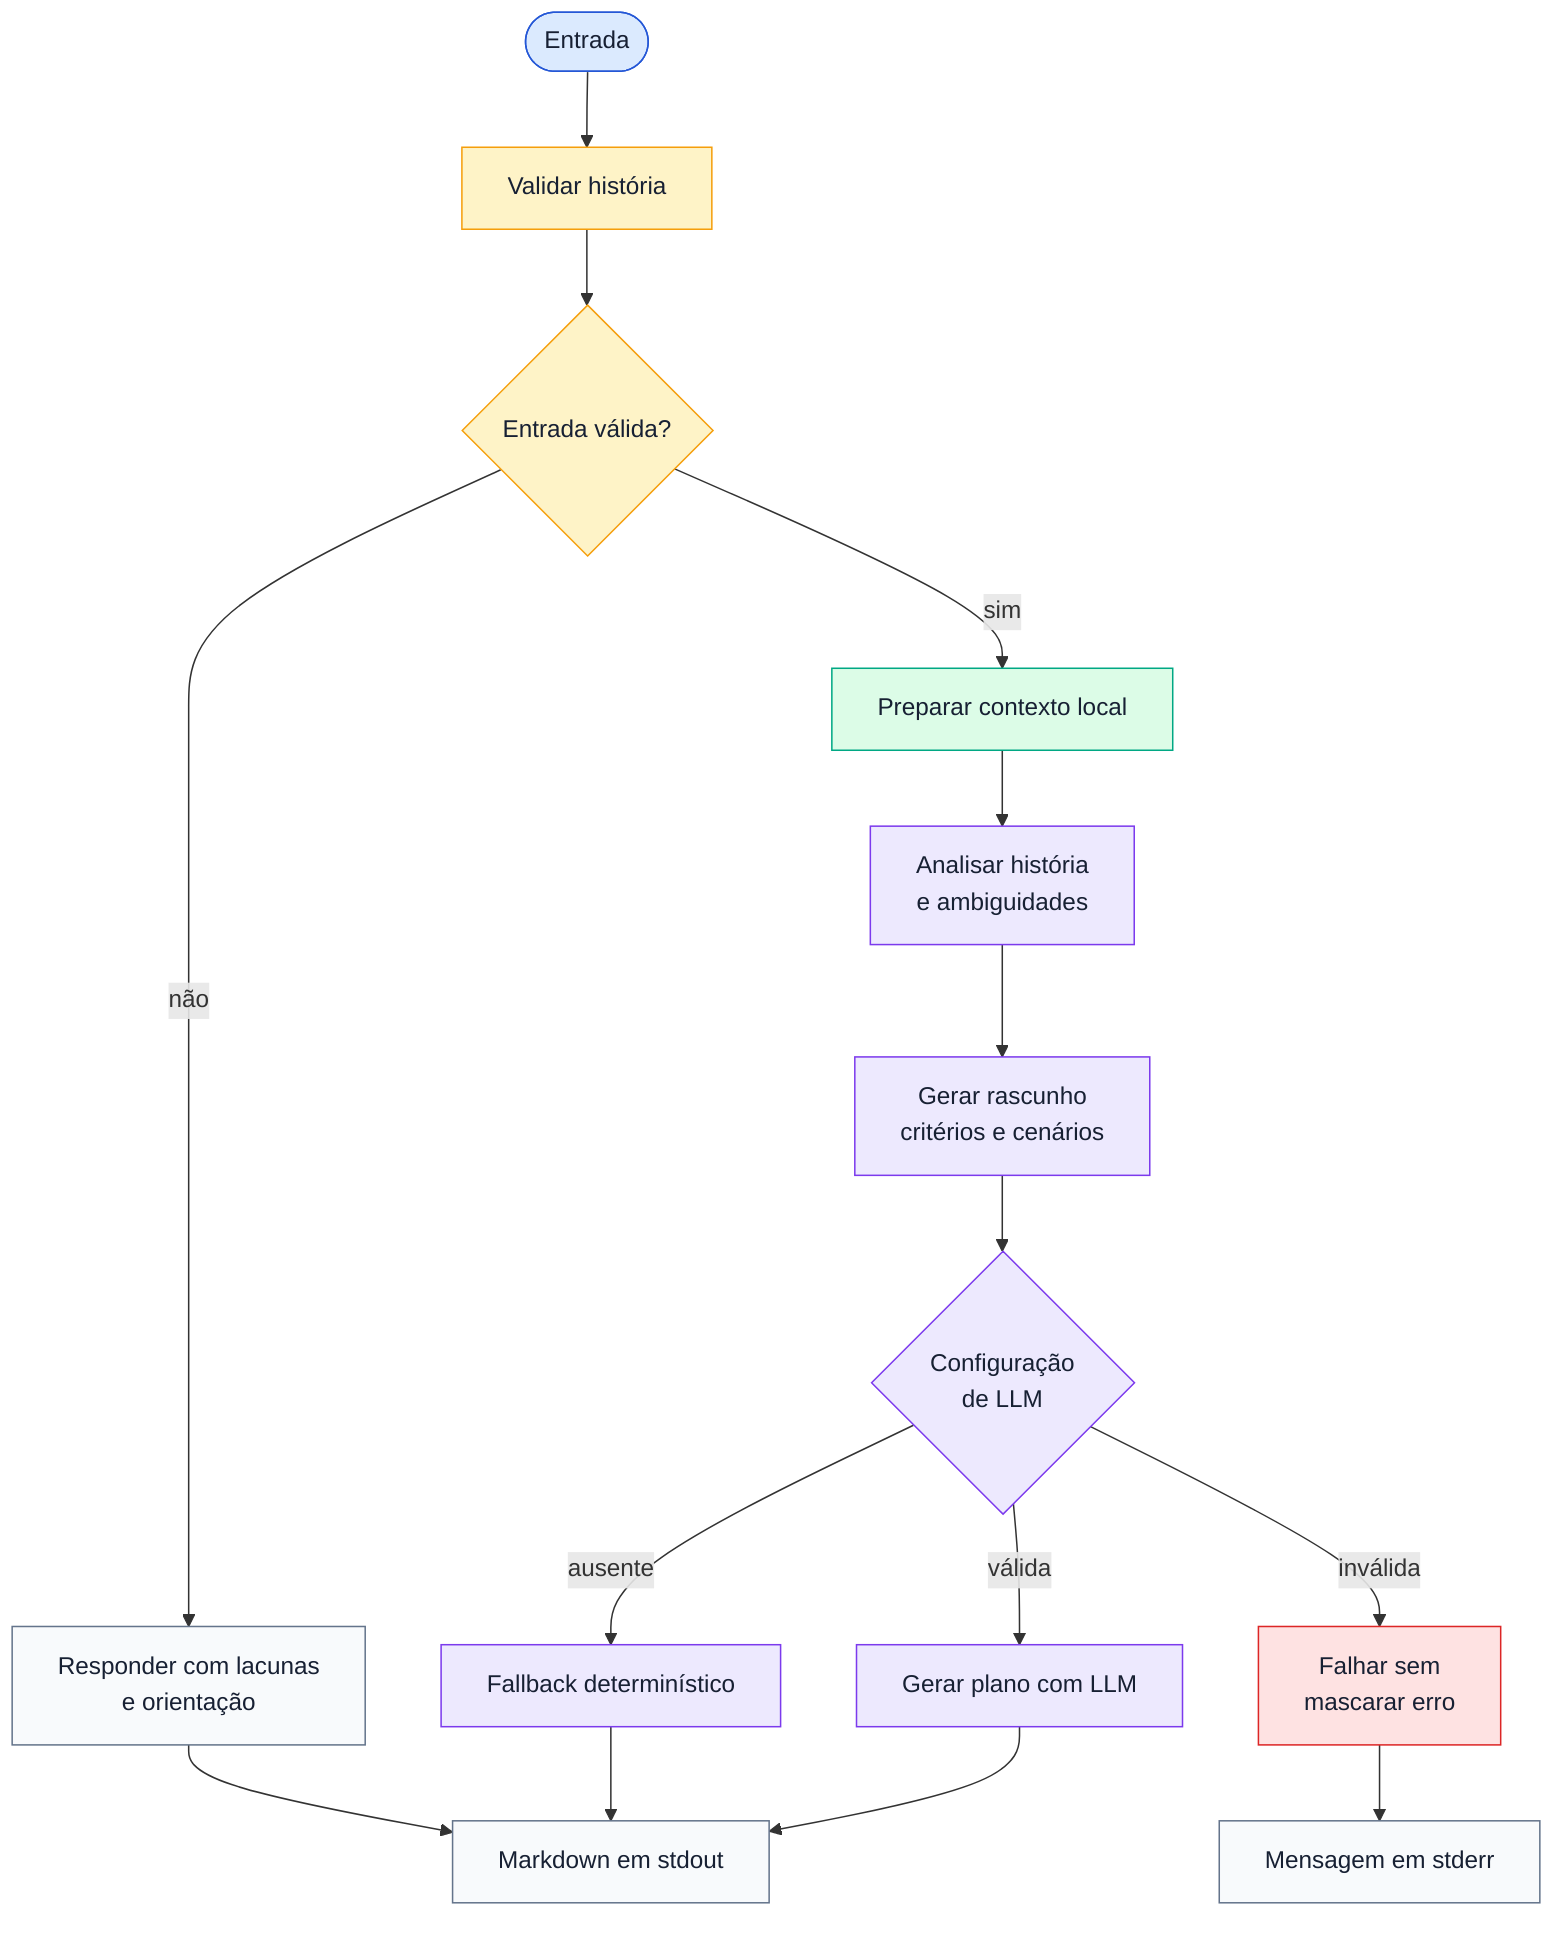
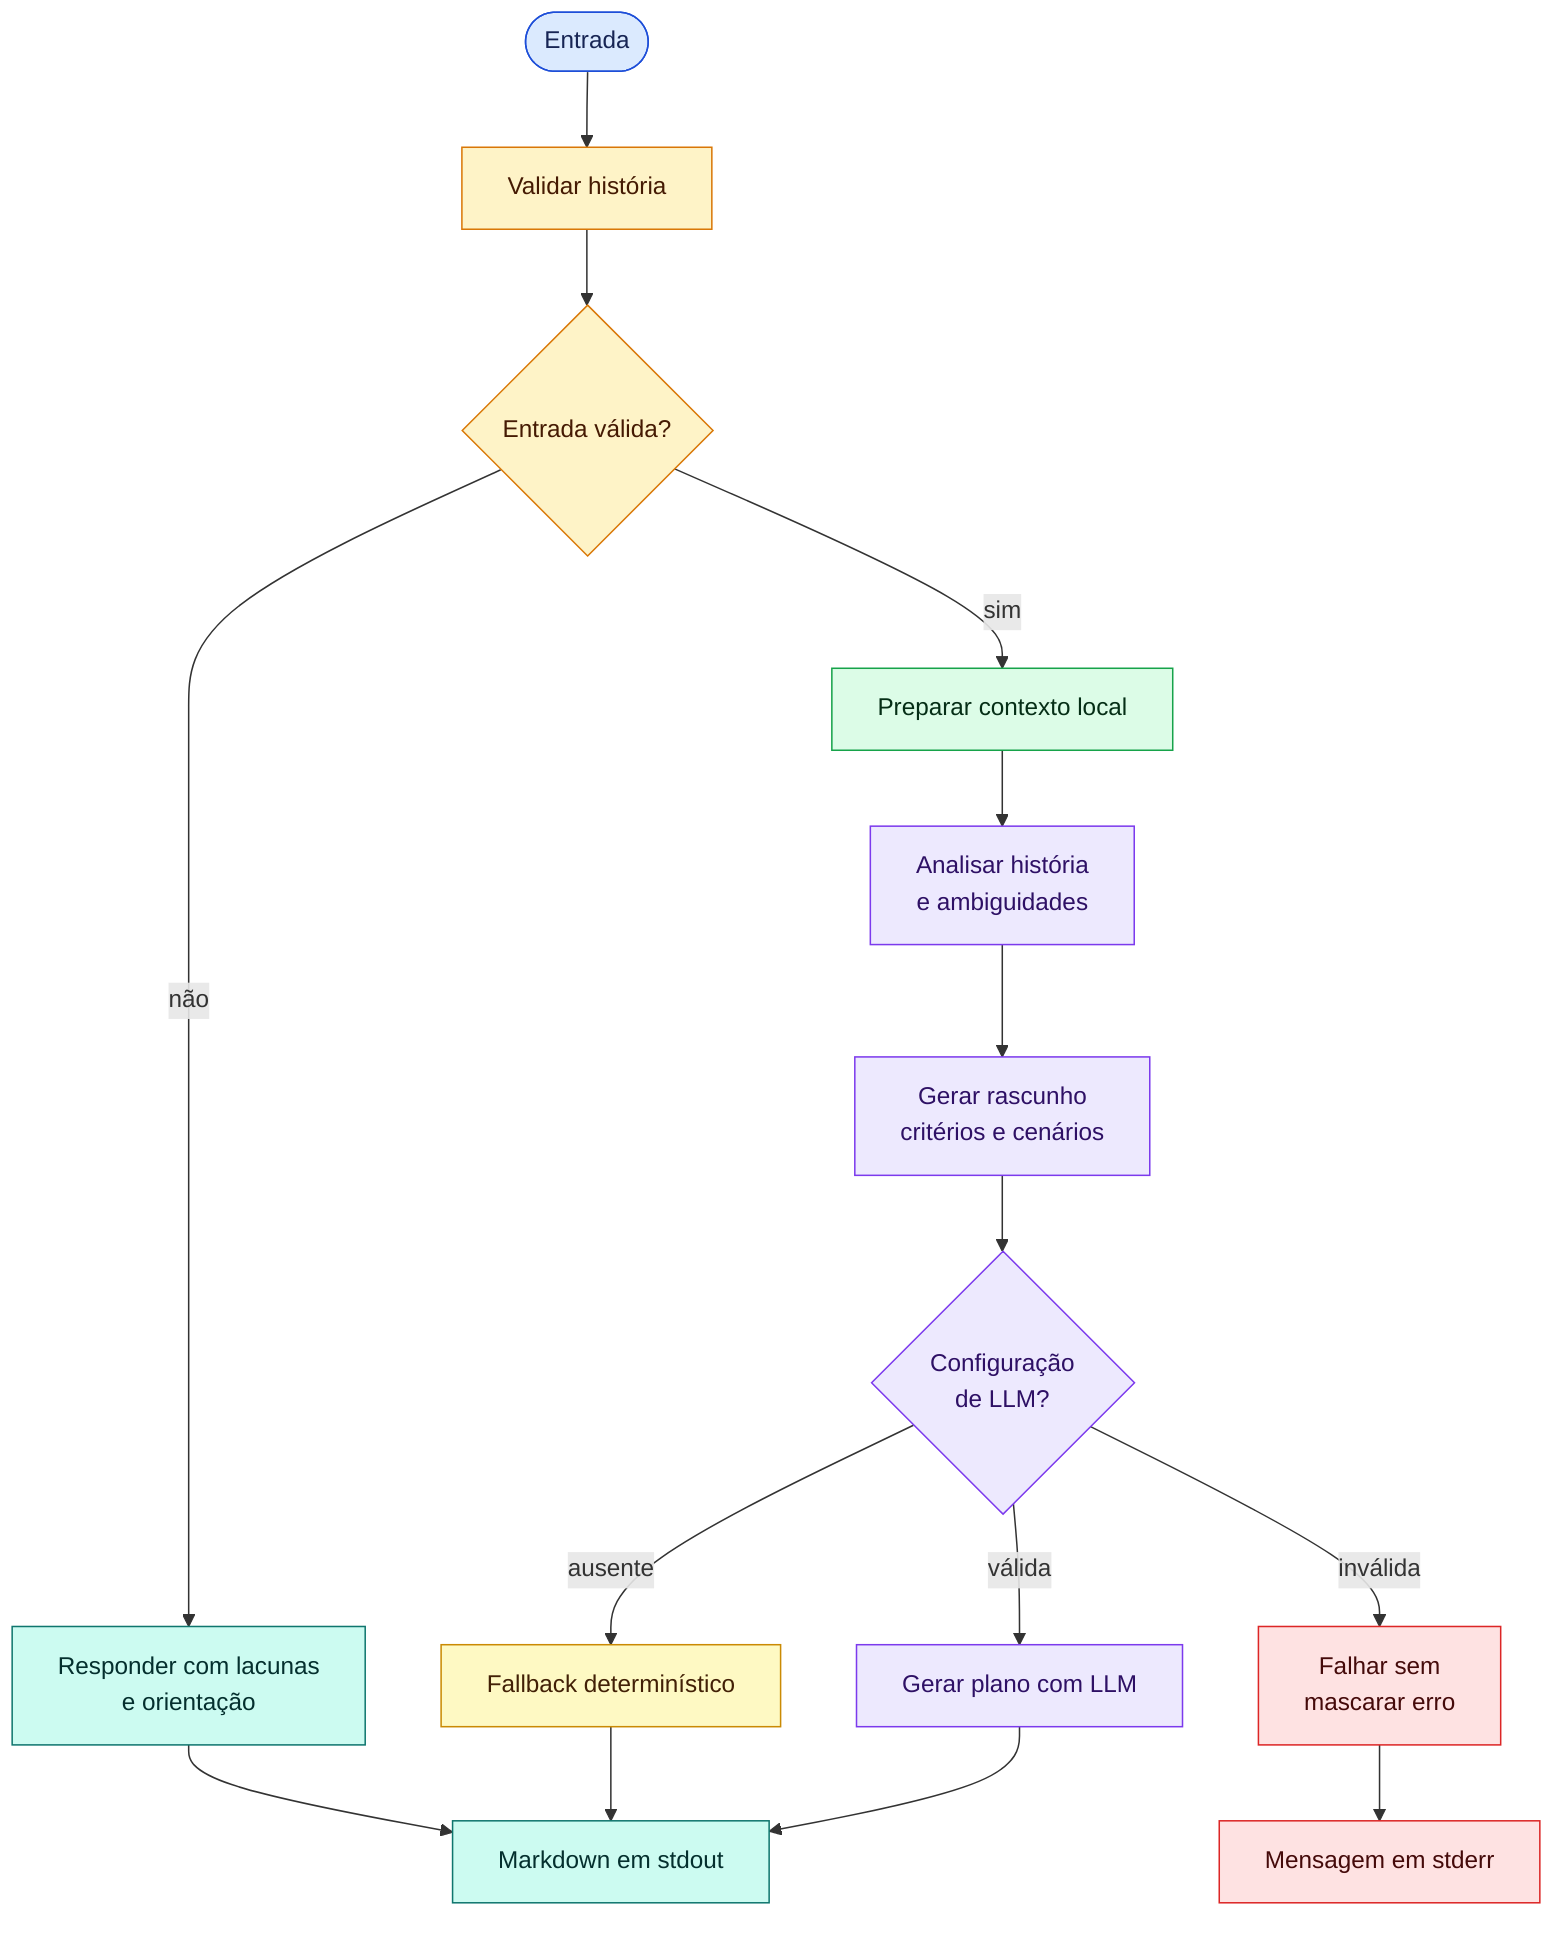
flowchart TD
    start(["Entrada"]) --> validate["Validar história"]
    validate --> validation_result{"Entrada válida?"}
    validation_result -->|não| correction["Responder com lacunas<br/>e orientação"]
    validation_result -->|sim| context["Preparar contexto local"]
    context --> analyze["Analisar história<br/>e ambiguidades"]
    analyze --> draft["Gerar rascunho<br/>critérios e cenários"]
-     draft --> decision{"Configuração<br/>de LLM"}
+     draft --> decision{"Configuração<br/>de LLM?"}
    decision -->|ausente| fallback["Fallback determinístico"]
    decision -->|válida| llm["Gerar plano com LLM"]
    decision -->|inválida| error["Falhar sem<br/>mascarar erro"]
    fallback --> markdown["Markdown em stdout"]
    llm --> markdown
    correction --> markdown
    error --> stderr["Mensagem em stderr"]

-     classDef startClass fill:#dbeafe,stroke:#2457d6,color:#172033
-     classDef validationClass fill:#fef3c7,stroke:#f59e0b,color:#172033
-     classDef contextClass fill:#dcfce7,stroke:#00a884,color:#172033
-     classDef graphClass fill:#ede9fe,stroke:#7c3aed,color:#172033
-     classDef outputClass fill:#f8fafc,stroke:#64748b,color:#172033
-     classDef errorClass fill:#fee2e2,stroke:#dc2626,color:#172033
+     classDef startClass fill:#dbeafe,stroke:#1d4ed8,color:#172554
+     classDef validationClass fill:#fef3c7,stroke:#d97706,color:#451a03
+     classDef contextClass fill:#dcfce7,stroke:#16a34a,color:#052e16
+     classDef graphClass fill:#ede9fe,stroke:#7c3aed,color:#2e1065
+     classDef fallbackClass fill:#fef9c3,stroke:#ca8a04,color:#422006
+     classDef stdoutClass fill:#ccfbf1,stroke:#0f766e,color:#042f2e
+     classDef errorClass fill:#fee2e2,stroke:#dc2626,color:#450a0a

    class start startClass
    class validate,validation_result validationClass
    class context contextClass
-     class analyze,draft,decision,llm,fallback graphClass
-     class correction,markdown,stderr outputClass
-     class error errorClass+     class analyze,draft,decision,llm graphClass
+     class fallback fallbackClass
+     class correction,markdown stdoutClass
+     class error,stderr errorClass
